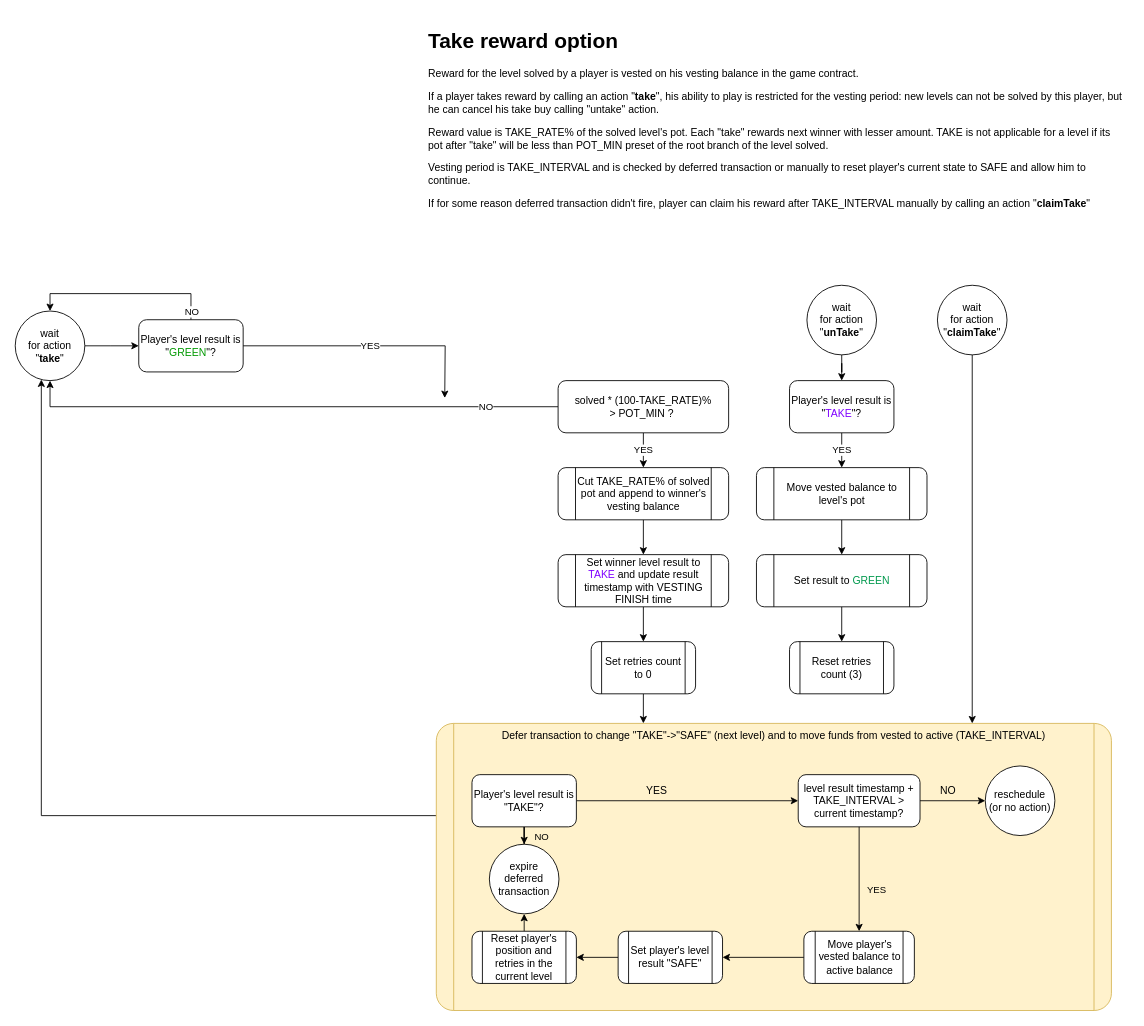
Above: page "take" (11 of 15) of ia/WOFFLER IA.drawio in cptn-solo/woffler_contract (draw.io), before the change. Source tidied: cells renumbered, new cells numbered last; positions are measured from the earlier drawing's top-left corner, leaving out a move shared by most shapes. Both pictures are drawn from the tidied source at 87%, with x=0, y=0 at pixel (15, 23).
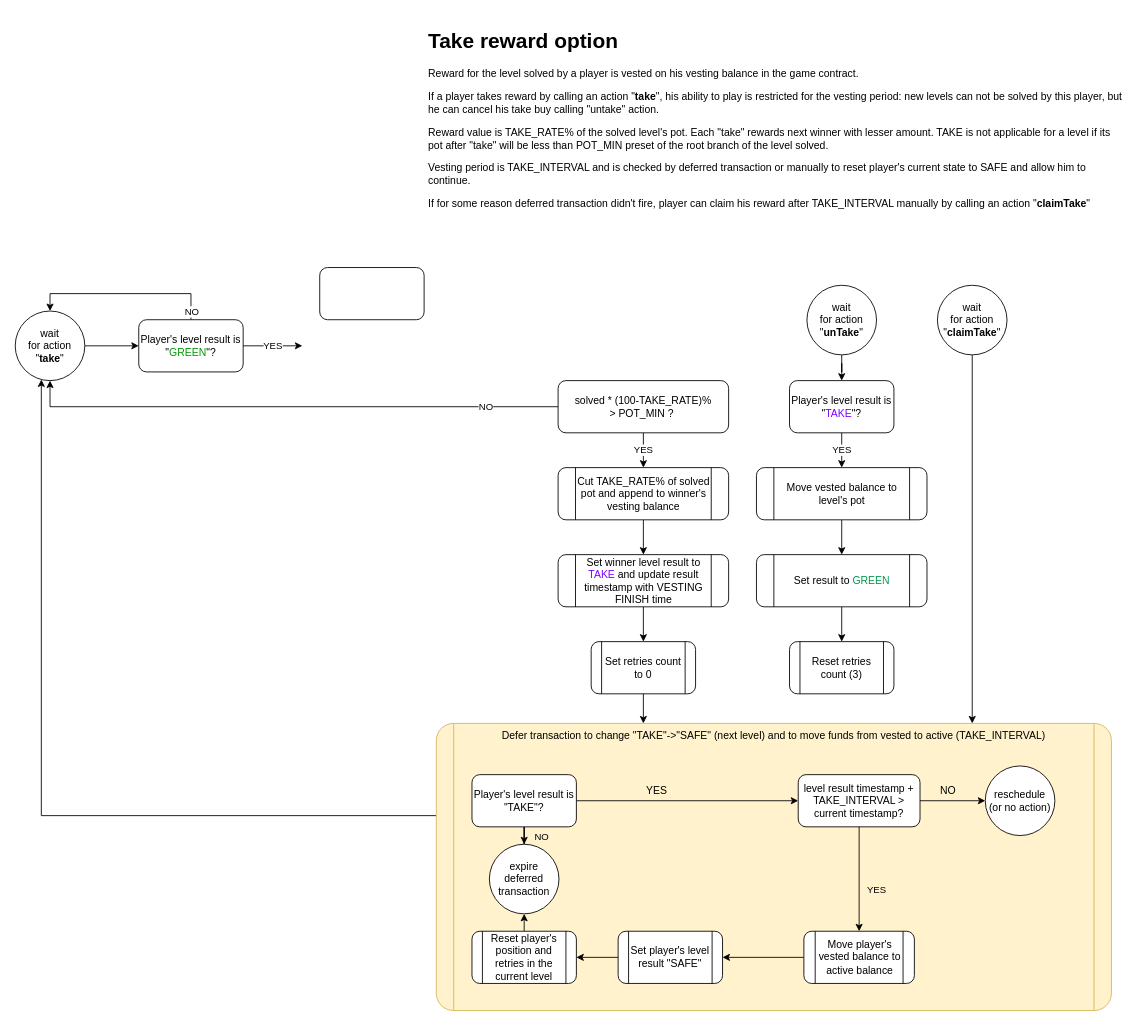
After the change.

The change refers to these unchanged cells:
```xml
<mxCell id="15" value="Player's level result is &quot;&lt;font color=&quot;#009900&quot;&gt;GREEN&lt;/font&gt;&quot;?&lt;br&gt;" style="rounded=1;whiteSpace=wrap;html=1;shadow=0;glass=0;strokeColor=#000000;align=center;" parent="1" vertex="1">
  <mxGeometry x="142" y="340" width="120" height="60" as="geometry" />
</mxCell>
```

Change to the diagram source:
```diff
@@
     <mxCell id="19" value="YES" style="edgeStyle=orthogonalEdgeStyle;rounded=0;jettySize=auto;html=1;endArrow=classic;endFill=1;align=center;" parent="1" edge="1" source="15">
       <mxGeometry relative="1" as="geometry">
-        <mxPoint x="493.7" y="430" as="targetPoint" />
+        <mxPoint x="330" y="370" as="targetPoint" />
       </mxGeometry>
     </mxCell>
@@
+    <mxCell id="47" style="rounded=1;whiteSpace=wrap;html=1;shadow=0;glass=0;strokeColor=#000000;align=center;" parent="1" vertex="1">
+      <mxGeometry x="350" y="280" width="120" height="60" as="geometry" />
+    </mxCell>
```
